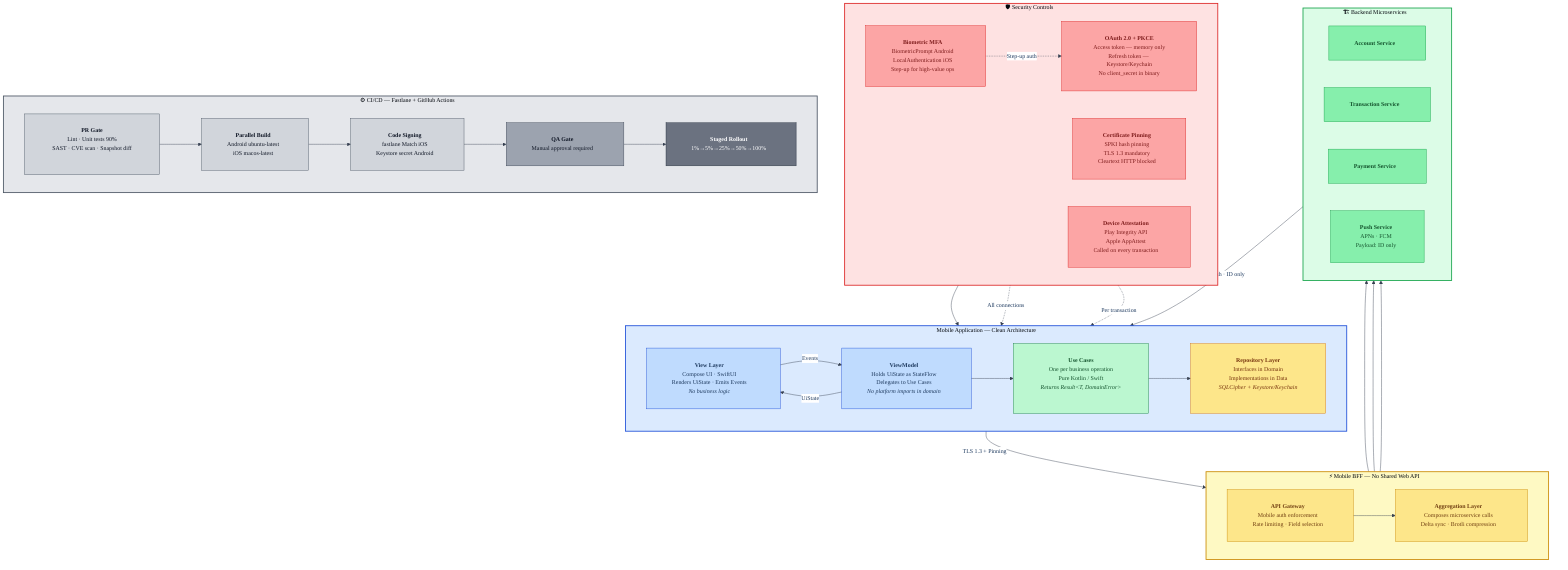
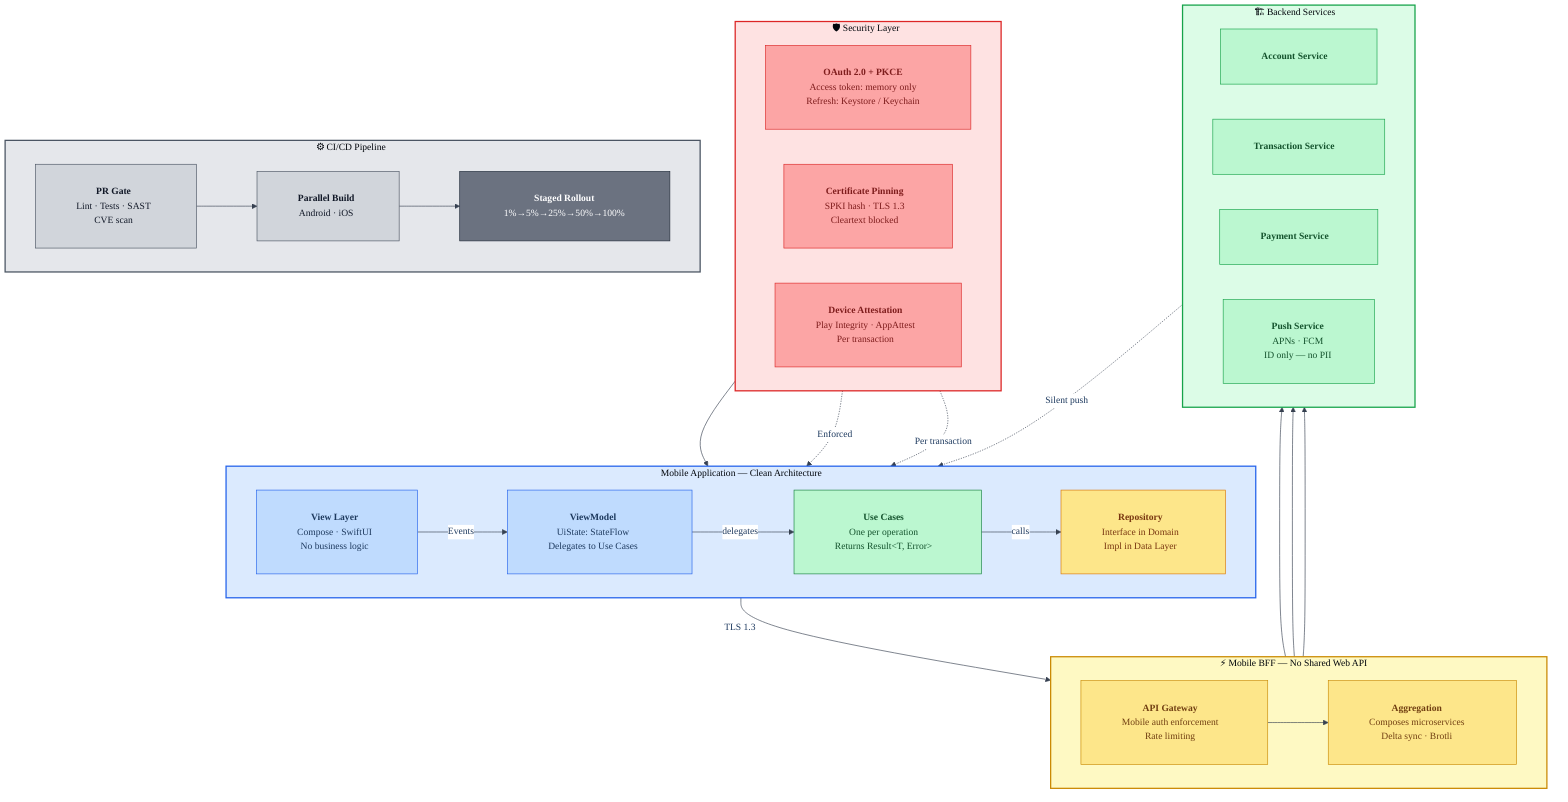
- %%{init:{'theme':'base','themeVariables':{'fontSize':'14px','fontFamily':'IBM Plex Sans, system-ui, sans-serif','primaryColor':'#DBEAFE','primaryTextColor':'#1e3a5f','primaryBorderColor':'#2563EB','lineColor':'#374151','clusterBkg':'#F9FAFB','clusterBorder':'#D1D5DB','edgeLabelBackground':'#FFFFFF'},'flowchart':{'curve':'orthogonal','padding':30,'nodeSpacing':65,'rankSpacing':75,'useMaxWidth':true}}}%%
+ %%{init:{'theme':'base','themeVariables':{'fontSize':'15px','fontFamily':'IBM Plex Sans, system-ui','primaryColor':'#DBEAFE','primaryTextColor':'#1e3a5f','primaryBorderColor':'#2563EB','lineColor':'#374151','clusterBkg':'#F9FAFB','clusterBorder':'#D1D5DB','edgeLabelBackground':'#FFFFFF'},'flowchart':{'curve':'orthogonal','padding':32,'nodeSpacing':55,'rankSpacing':70,'useMaxWidth':true}}}%%
flowchart TD
-     subgraph MOBILE["📱  Mobile Application — Clean Architecture"]
+ 
+     subgraph SEC["🛡  Security Layer"]
        direction LR
-         UI["<b>View Layer</b><br/>Compose UI · SwiftUI<br/>Renders UiState · Emits Events<br/><i>No business logic</i>"]
-         VM["<b>ViewModel</b><br/>Holds UiState as StateFlow<br/>Delegates to Use Cases<br/><i>No platform imports in domain</i>"]
-         UC["<b>Use Cases</b><br/>One per business operation<br/>Pure Kotlin / Swift<br/><i>Returns Result&lt;T, DomainError&gt;</i>"]
-         REPO["<b>Repository Layer</b><br/>Interfaces in Domain<br/>Implementations in Data<br/><i>SQLCipher + Keystore/Keychain</i>"]
+         PKCE["<b>OAuth 2.0 + PKCE</b><br/>Access token: memory only<br/>Refresh: Keystore / Keychain"]
+         PIN["<b>Certificate Pinning</b><br/>SPKI hash · TLS 1.3<br/>Cleartext blocked"]
+         ATT["<b>Device Attestation</b><br/>Play Integrity · AppAttest<br/>Per transaction"]
    end
-     subgraph SECURITY["🛡  Security Controls"]
+ 
+     subgraph APP["📱  Mobile Application — Clean Architecture"]
        direction LR
-         AUTH["<b>OAuth 2.0 + PKCE</b><br/>Access token — memory only<br/>Refresh token — Keystore/Keychain<br/>No client_secret in binary"]
-         BIOMETRIC["<b>Biometric MFA</b><br/>BiometricPrompt Android<br/>LocalAuthentication iOS<br/>Step-up for high-value ops"]
-         PINNING["<b>Certificate Pinning</b><br/>SPKI hash pinning<br/>TLS 1.3 mandatory<br/>Cleartext HTTP blocked"]
-         ATTEST["<b>Device Attestation</b><br/>Play Integrity API<br/>Apple AppAttest<br/>Called on every transaction"]
+         VIEW["<b>View Layer</b><br/>Compose · SwiftUI<br/>No business logic"]
+         VM["<b>ViewModel</b><br/>UiState: StateFlow<br/>Delegates to Use Cases"]
+         UC["<b>Use Cases</b><br/>One per operation<br/>Returns Result&lt;T, Error&gt;"]
+         REPO["<b>Repository</b><br/>Interface in Domain<br/>Impl in Data Layer"]
    end
+ 
    subgraph BFF["⚡  Mobile BFF — No Shared Web API"]
        direction LR
-         GW["<b>API Gateway</b><br/>Mobile auth enforcement<br/>Rate limiting · Field selection"]
-         AGG["<b>Aggregation Layer</b><br/>Composes microservice calls<br/>Delta sync · Brotli compression"]
+         GW["<b>API Gateway</b><br/>Mobile auth enforcement<br/>Rate limiting"]
+         AGG["<b>Aggregation</b><br/>Composes microservices<br/>Delta sync · Brotli"]
    end
-     subgraph BACKEND["🏗  Backend Microservices"]
+ 
+     subgraph BACK["🏗  Backend Services"]
        direction LR
-         SVC_ACC["<b>Account Service</b>"]
-         SVC_TXN["<b>Transaction Service</b>"]
-         SVC_PAY["<b>Payment Service</b>"]
-         SVC_PUSH["<b>Push Service</b><br/>APNs · FCM<br/>Payload: ID only"]
+         SVC1["<b>Account Service</b>"]
+         SVC2["<b>Transaction Service</b>"]
+         SVC3["<b>Payment Service</b>"]
+         PUSH["<b>Push Service</b><br/>APNs · FCM<br/>ID only — no PII"]
    end
-     subgraph CICD["⚙  CI/CD — Fastlane + GitHub Actions"]
+ 
+     subgraph CICD["⚙  CI/CD Pipeline"]
        direction LR
-         GATE_PR["<b>PR Gate</b><br/>Lint · Unit tests 90%<br/>SAST · CVE scan · Snapshot diff"]
-         BUILD["<b>Parallel Build</b><br/>Android ubuntu-latest<br/>iOS macos-latest"]
-         SIGN["<b>Code Signing</b><br/>fastlane Match iOS<br/>Keystore secret Android"]
-         QA["<b>QA Gate</b><br/>Manual approval required"]
+         PR["<b>PR Gate</b><br/>Lint · Tests · SAST<br/>CVE scan"]
+         BUILD["<b>Parallel Build</b><br/>Android · iOS"]
        SHIP["<b>Staged Rollout</b><br/>1%→5%→25%→50%→100%"]
    end
-     UI -->|"Events"| VM
-     VM -->|"UiState"| UI
-     VM --> UC --> REPO
-     REPO -->|"TLS 1.3 + Pinning"| GW
-     GW --> AGG --> SVC_ACC & SVC_TXN & SVC_PAY
-     SVC_PUSH -->|"Silent push · ID only"| MOBILE
-     AUTH --> REPO
-     BIOMETRIC -.->|"Step-up auth"| AUTH
-     PINNING -.->|"All connections"| REPO
-     ATTEST -.->|"Per transaction"| MOBILE
-     GATE_PR --> BUILD --> SIGN --> QA --> SHIP
-     style MOBILE fill:#DBEAFE,stroke:#1D4ED8,stroke-width:2px
-     style SECURITY fill:#FEE2E2,stroke:#DC2626,stroke-width:2px
+ 
+     VIEW -->|"Events"| VM -->|"delegates"| UC -->|"calls"| REPO
+     REPO -->|"TLS 1.3"| GW
+     GW --> AGG --> SVC1 & SVC2 & SVC3
+     PUSH -.->|"Silent push"| APP
+     PKCE --> REPO
+     PIN -.->|"Enforced"| REPO
+     ATT -.->|"Per transaction"| APP
+     PR --> BUILD --> SHIP
+ 
+     style SEC fill:#FEE2E2,stroke:#DC2626,stroke-width:2px
+     style APP fill:#DBEAFE,stroke:#2563EB,stroke-width:2px
    style BFF fill:#FEF9C3,stroke:#CA8A04,stroke-width:2px
-     style BACKEND fill:#DCFCE7,stroke:#16A34A,stroke-width:2px
+     style BACK fill:#DCFCE7,stroke:#16A34A,stroke-width:2px
    style CICD fill:#E5E7EB,stroke:#4B5563,stroke-width:2px
-     style UI fill:#BFDBFE,stroke:#1D4ED8,color:#1e3a5f
-     style VM fill:#BFDBFE,stroke:#1D4ED8,color:#1e3a5f
+     style PKCE fill:#FCA5A5,stroke:#DC2626,color:#7f1d1d
+     style PIN fill:#FCA5A5,stroke:#DC2626,color:#7f1d1d
+     style ATT fill:#FCA5A5,stroke:#DC2626,color:#7f1d1d
+     style VIEW fill:#BFDBFE,stroke:#2563EB,color:#1e3a5f
+     style VM fill:#BFDBFE,stroke:#2563EB,color:#1e3a5f
    style UC fill:#BBF7D0,stroke:#15803D,color:#14532D
    style REPO fill:#FDE68A,stroke:#D97706,color:#78350F
-     style AUTH fill:#FCA5A5,stroke:#DC2626,color:#7f1d1d
-     style BIOMETRIC fill:#FCA5A5,stroke:#DC2626,color:#7f1d1d
-     style PINNING fill:#FCA5A5,stroke:#DC2626,color:#7f1d1d
-     style ATTEST fill:#FCA5A5,stroke:#DC2626,color:#7f1d1d
    style GW fill:#FDE68A,stroke:#CA8A04,color:#713f12
    style AGG fill:#FDE68A,stroke:#CA8A04,color:#713f12
-     style SVC_ACC fill:#86EFAC,stroke:#16A34A,color:#14532D
-     style SVC_TXN fill:#86EFAC,stroke:#16A34A,color:#14532D
-     style SVC_PAY fill:#86EFAC,stroke:#16A34A,color:#14532D
-     style SVC_PUSH fill:#86EFAC,stroke:#16A34A,color:#14532D
-     style GATE_PR fill:#D1D5DB,stroke:#4B5563,color:#111827
+     style SVC1 fill:#BBF7D0,stroke:#16A34A,color:#14532D
+     style SVC2 fill:#BBF7D0,stroke:#16A34A,color:#14532D
+     style SVC3 fill:#BBF7D0,stroke:#16A34A,color:#14532D
+     style PUSH fill:#BBF7D0,stroke:#16A34A,color:#14532D
+     style PR fill:#D1D5DB,stroke:#4B5563,color:#111827
    style BUILD fill:#D1D5DB,stroke:#4B5563,color:#111827
-     style SIGN fill:#D1D5DB,stroke:#4B5563,color:#111827
-     style QA fill:#9CA3AF,stroke:#374151,color:#111827
    style SHIP fill:#6B7280,stroke:#1F2937,color:#ffffff
